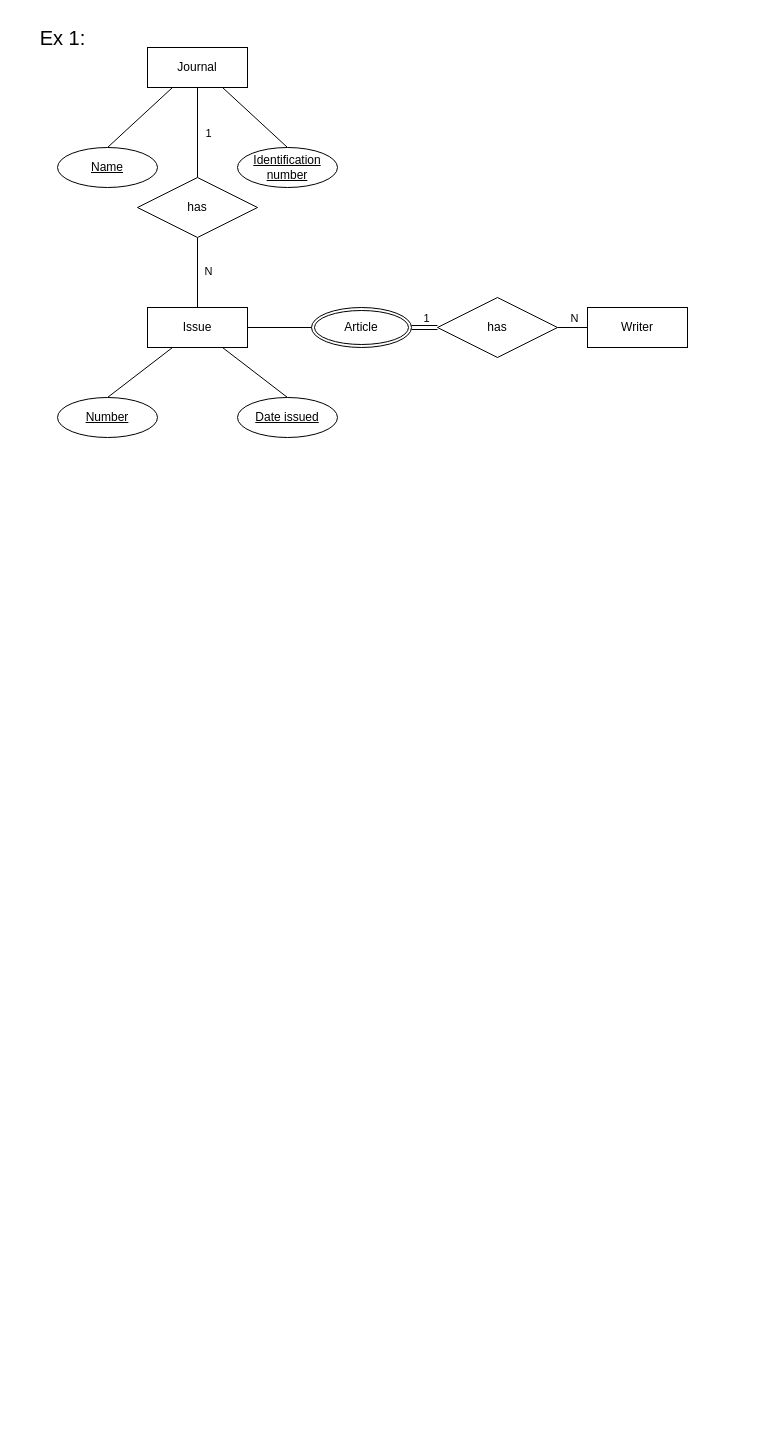
Above: EER_Ex.drawio in justJackiee/DB (draw.io), before the change. Source tidied: cells renumbered, new cells numbered last; positions are measured from the earlier drawing's top-left corner, leaving out a move shared by most shapes. Both pictures are drawn from the tidied source at 100%, with x=0, y=0 at pixel (27, 17).
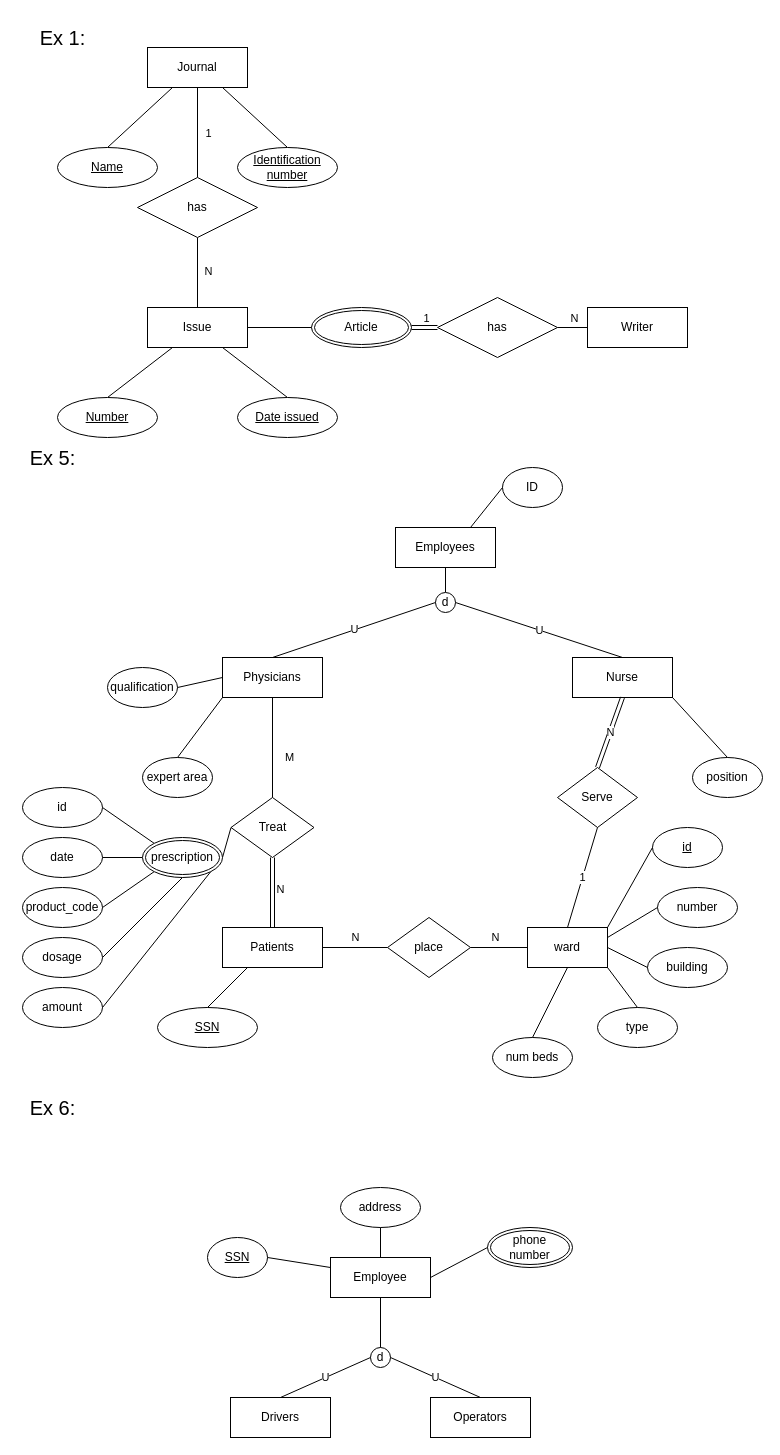
The same page after the edit.

Diff of the diagram source:
```diff
@@
+    <mxCell id="26" value="&lt;font style=&quot;font-size: 20px;&quot;&gt;Ex 5:&lt;/font&gt;" style="text;html=1;align=center;verticalAlign=middle;strokeColor=none;fillColor=none;" parent="1" vertex="1">
+      <mxGeometry x="-10" y="420" width="70" height="40" as="geometry" />
+    </mxCell>
+    <mxCell id="27" value="Employees" style="whiteSpace=wrap;html=1;align=center;" parent="1" vertex="1">
+      <mxGeometry x="368" y="510" width="100" height="40" as="geometry" />
+    </mxCell>
+    <mxCell id="28" value="Physicians" style="whiteSpace=wrap;html=1;align=center;" parent="1" vertex="1">
+      <mxGeometry x="195" y="640" width="100" height="40" as="geometry" />
+    </mxCell>
+    <mxCell id="29" value="Nurse" style="whiteSpace=wrap;html=1;align=center;" parent="1" vertex="1">
+      <mxGeometry x="545" y="640" width="100" height="40" as="geometry" />
+    </mxCell>
+    <mxCell id="30" style="endArrow=none;html=1;rounded=0;exitX=0.5;exitY=1;exitDx=0;exitDy=0;entryX=0.5;entryY=0;entryDx=0;entryDy=0;" parent="1" edge="1" source="27" target="31">
+      <mxGeometry relative="1" as="geometry" />
+    </mxCell>
+    <mxCell id="31" value="d" style="ellipse;whiteSpace=wrap;html=1;" parent="1" vertex="1">
+      <mxGeometry x="408" y="575" width="20" height="20" as="geometry" />
+    </mxCell>
+    <mxCell id="32" value="U" style="endArrow=none;html=1;rounded=0;exitX=0;exitY=0.5;exitDx=0;exitDy=0;entryX=0.5;entryY=0;entryDx=0;entryDy=0;" parent="1" edge="1" source="31" target="28">
+      <mxGeometry relative="1" as="geometry" />
+    </mxCell>
+    <mxCell id="33" value="U" style="endArrow=none;html=1;rounded=0;exitX=1;exitY=0.5;exitDx=0;exitDy=0;entryX=0.5;entryY=0;entryDx=0;entryDy=0;" parent="1" edge="1" source="31" target="29">
+      <mxGeometry relative="1" as="geometry" />
+    </mxCell>
+    <mxCell id="34" value="ID" style="ellipse;whiteSpace=wrap;html=1;align=center;" parent="1" vertex="1">
+      <mxGeometry x="475" y="450" width="60" height="40" as="geometry" />
+    </mxCell>
+    <mxCell id="35" style="endArrow=none;html=1;rounded=0;exitX=0.75;exitY=0;exitDx=0;exitDy=0;entryX=0;entryY=0.5;entryDx=0;entryDy=0;" parent="1" edge="1" source="27" target="34">
+      <mxGeometry relative="1" as="geometry" />
+    </mxCell>
+    <mxCell id="36" value="qualification" style="ellipse;whiteSpace=wrap;html=1;align=center;" parent="1" vertex="1">
+      <mxGeometry x="80" y="650" width="70" height="40" as="geometry" />
+    </mxCell>
+    <mxCell id="37" value="expert area" style="ellipse;whiteSpace=wrap;html=1;align=center;" parent="1" vertex="1">
+      <mxGeometry x="115" y="740" width="70" height="40" as="geometry" />
+    </mxCell>
+    <mxCell id="38" style="endArrow=none;html=1;rounded=0;exitX=0;exitY=0.5;exitDx=0;exitDy=0;entryX=1;entryY=0.5;entryDx=0;entryDy=0;" parent="1" edge="1" source="28" target="36">
+      <mxGeometry relative="1" as="geometry" />
+    </mxCell>
+    <mxCell id="39" style="endArrow=none;html=1;rounded=0;exitX=0;exitY=1;exitDx=0;exitDy=0;entryX=0.5;entryY=0;entryDx=0;entryDy=0;" parent="1" edge="1" source="28" target="37">
+      <mxGeometry relative="1" as="geometry" />
+    </mxCell>
+    <mxCell id="40" value="position" style="ellipse;whiteSpace=wrap;html=1;align=center;" parent="1" vertex="1">
+      <mxGeometry x="665" y="740" width="70" height="40" as="geometry" />
+    </mxCell>
+    <mxCell id="41" style="endArrow=none;html=1;rounded=0;exitX=1;exitY=1;exitDx=0;exitDy=0;entryX=0.5;entryY=0;entryDx=0;entryDy=0;" parent="1" edge="1" source="29" target="40">
+      <mxGeometry relative="1" as="geometry" />
+    </mxCell>
+    <mxCell id="42" value="Treat" style="shape=rhombus;perimeter=rhombusPerimeter;whiteSpace=wrap;html=1;align=center;" parent="1" vertex="1">
+      <mxGeometry x="203.5" y="780" width="83" height="60" as="geometry" />
+    </mxCell>
+    <mxCell id="43" value="M" style="endArrow=none;html=1;rounded=0;exitX=0.5;exitY=1;exitDx=0;exitDy=0;entryX=0.5;entryY=0;entryDx=0;entryDy=0;" parent="1" edge="1" source="28" target="42">
+      <mxGeometry x="0.2" y="17" relative="1" as="geometry" />
+    </mxCell>
+    <mxCell id="44" value="Patients" style="whiteSpace=wrap;html=1;align=center;" parent="1" vertex="1">
+      <mxGeometry x="195" y="910" width="100" height="40" as="geometry" />
+    </mxCell>
+    <mxCell id="45" value="N" style="shape=link;html=1;rounded=0;exitX=0.5;exitY=1;exitDx=0;exitDy=0;entryX=0.5;entryY=0;entryDx=0;entryDy=0;" parent="1" edge="1" source="42" target="44">
+      <mxGeometry x="-0.09" y="8" relative="1" as="geometry" />
+    </mxCell>
+    <mxCell id="46" style="endArrow=none;html=1;rounded=0;exitX=0;exitY=0.5;exitDx=0;exitDy=0;entryX=1;entryY=0.5;entryDx=0;entryDy=0;" parent="1" edge="1" source="42" target="61">
+      <mxGeometry relative="1" as="geometry" />
+    </mxCell>
+    <mxCell id="47" value="id" style="ellipse;whiteSpace=wrap;html=1;align=center;" parent="1" vertex="1">
+      <mxGeometry x="-5" y="770" width="80" height="40" as="geometry" />
+    </mxCell>
+    <mxCell id="48" value="date" style="ellipse;whiteSpace=wrap;html=1;align=center;" parent="1" vertex="1">
+      <mxGeometry x="-5" y="820" width="80" height="40" as="geometry" />
+    </mxCell>
+    <mxCell id="49" value="product_code" style="ellipse;whiteSpace=wrap;html=1;align=center;" parent="1" vertex="1">
+      <mxGeometry x="-5" y="870" width="80" height="40" as="geometry" />
+    </mxCell>
+    <mxCell id="50" value="dosage" style="ellipse;whiteSpace=wrap;html=1;align=center;" parent="1" vertex="1">
+      <mxGeometry x="-5" y="920" width="80" height="40" as="geometry" />
+    </mxCell>
+    <mxCell id="51" style="endArrow=none;html=1;rounded=0;exitX=0;exitY=0;exitDx=0;exitDy=0;entryX=1;entryY=0.5;entryDx=0;entryDy=0;" parent="1" edge="1" source="61" target="47">
+      <mxGeometry relative="1" as="geometry" />
+    </mxCell>
+    <mxCell id="52" style="endArrow=none;html=1;rounded=0;exitX=0;exitY=0.5;exitDx=0;exitDy=0;entryX=1;entryY=0.5;entryDx=0;entryDy=0;" parent="1" edge="1" source="61" target="48">
+      <mxGeometry relative="1" as="geometry" />
+    </mxCell>
+    <mxCell id="53" style="endArrow=none;html=1;rounded=0;exitX=0;exitY=1;exitDx=0;exitDy=0;entryX=1;entryY=0.5;entryDx=0;entryDy=0;" parent="1" edge="1" source="61" target="49">
+      <mxGeometry relative="1" as="geometry" />
+    </mxCell>
+    <mxCell id="54" style="endArrow=none;html=1;rounded=0;exitX=0.5;exitY=1;exitDx=0;exitDy=0;entryX=1;entryY=0.5;entryDx=0;entryDy=0;" parent="1" edge="1" source="61" target="50">
+      <mxGeometry relative="1" as="geometry" />
+    </mxCell>
+    <mxCell id="55" value="amount" style="ellipse;whiteSpace=wrap;html=1;align=center;" parent="1" vertex="1">
+      <mxGeometry x="-5" y="970" width="80" height="40" as="geometry" />
+    </mxCell>
+    <mxCell id="56" style="endArrow=none;html=1;rounded=0;exitX=1;exitY=1;exitDx=0;exitDy=0;entryX=1;entryY=0.5;entryDx=0;entryDy=0;" parent="1" edge="1" source="61" target="55">
+      <mxGeometry relative="1" as="geometry" />
+    </mxCell>
+    <mxCell id="57" value="place" style="shape=rhombus;perimeter=rhombusPerimeter;whiteSpace=wrap;html=1;align=center;" parent="1" vertex="1">
+      <mxGeometry x="360" y="900" width="83" height="60" as="geometry" />
+    </mxCell>
+    <mxCell id="58" value="N" style="endArrow=none;html=1;rounded=0;exitX=1;exitY=0.5;exitDx=0;exitDy=0;entryX=0;entryY=0.5;entryDx=0;entryDy=0;" parent="1" edge="1" source="44" target="57">
+      <mxGeometry y="10" relative="1" as="geometry" />
+    </mxCell>
+    <mxCell id="59" value="SSN" style="ellipse;whiteSpace=wrap;html=1;align=center;fontStyle=4;" parent="1" vertex="1">
+      <mxGeometry x="130" y="990" width="100" height="40" as="geometry" />
+    </mxCell>
+    <mxCell id="60" style="endArrow=none;html=1;rounded=0;exitX=0.25;exitY=1;exitDx=0;exitDy=0;entryX=0.5;entryY=0;entryDx=0;entryDy=0;" parent="1" edge="1" source="44" target="59">
+      <mxGeometry relative="1" as="geometry" />
+    </mxCell>
+    <mxCell id="61" value="prescription" style="ellipse;shape=doubleEllipse;margin=3;whiteSpace=wrap;html=1;align=center;" parent="1" vertex="1">
+      <mxGeometry x="115" y="820" width="80" height="40" as="geometry" />
+    </mxCell>
+    <mxCell id="62" value="ward" style="whiteSpace=wrap;html=1;align=center;" parent="1" vertex="1">
+      <mxGeometry x="500" y="910" width="80" height="40" as="geometry" />
+    </mxCell>
+    <mxCell id="63" value="N" style="endArrow=none;html=1;rounded=0;exitX=1;exitY=0.5;exitDx=0;exitDy=0;entryX=0;entryY=0.5;entryDx=0;entryDy=0;" parent="1" edge="1" source="57" target="62">
+      <mxGeometry x="-0.11" y="10" relative="1" as="geometry" />
+    </mxCell>
+    <mxCell id="64" value="Serve" style="shape=rhombus;perimeter=rhombusPerimeter;whiteSpace=wrap;html=1;align=center;" parent="1" vertex="1">
+      <mxGeometry x="530" y="750" width="80" height="60" as="geometry" />
+    </mxCell>
+    <mxCell id="65" value="N" style="endArrow=none;html=1;rounded=0;exitX=0.5;exitY=1;exitDx=0;exitDy=0;entryX=0.5;entryY=0;entryDx=0;entryDy=0;shape=link;" parent="1" edge="1" source="29" target="64">
+      <mxGeometry relative="1" as="geometry" />
+    </mxCell>
+    <mxCell id="66" value="1" style="endArrow=none;html=1;rounded=0;exitX=0.5;exitY=1;exitDx=0;exitDy=0;entryX=0.5;entryY=0;entryDx=0;entryDy=0;" parent="1" edge="1" source="64" target="62">
+      <mxGeometry relative="1" as="geometry" />
+    </mxCell>
+    <mxCell id="67" value="number" style="ellipse;whiteSpace=wrap;html=1;align=center;" parent="1" vertex="1">
+      <mxGeometry x="630" y="870" width="80" height="40" as="geometry" />
+    </mxCell>
+    <mxCell id="68" value="building" style="ellipse;whiteSpace=wrap;html=1;align=center;" parent="1" vertex="1">
+      <mxGeometry x="620" y="930" width="80" height="40" as="geometry" />
+    </mxCell>
+    <mxCell id="69" value="num beds" style="ellipse;whiteSpace=wrap;html=1;align=center;" parent="1" vertex="1">
+      <mxGeometry x="465" y="1020" width="80" height="40" as="geometry" />
+    </mxCell>
+    <mxCell id="70" value="type" style="ellipse;whiteSpace=wrap;html=1;align=center;" parent="1" vertex="1">
+      <mxGeometry x="570" y="990" width="80" height="40" as="geometry" />
+    </mxCell>
+    <mxCell id="71" value="id" style="ellipse;whiteSpace=wrap;html=1;align=center;fontStyle=4;" parent="1" vertex="1">
+      <mxGeometry x="625" y="810" width="70" height="40" as="geometry" />
+    </mxCell>
+    <mxCell id="72" style="endArrow=none;html=1;rounded=0;exitX=0;exitY=0.5;exitDx=0;exitDy=0;entryX=1;entryY=0;entryDx=0;entryDy=0;" parent="1" edge="1" source="71" target="62">
+      <mxGeometry relative="1" as="geometry" />
+    </mxCell>
+    <mxCell id="73" style="endArrow=none;html=1;rounded=0;exitX=0;exitY=0.5;exitDx=0;exitDy=0;entryX=1;entryY=0.25;entryDx=0;entryDy=0;" parent="1" edge="1" source="67" target="62">
+      <mxGeometry relative="1" as="geometry" />
+    </mxCell>
+    <mxCell id="74" style="endArrow=none;html=1;rounded=0;exitX=0;exitY=0.5;exitDx=0;exitDy=0;entryX=1;entryY=0.5;entryDx=0;entryDy=0;" parent="1" edge="1" source="68" target="62">
+      <mxGeometry relative="1" as="geometry" />
+    </mxCell>
+    <mxCell id="75" style="endArrow=none;html=1;rounded=0;exitX=0.5;exitY=0;exitDx=0;exitDy=0;entryX=1;entryY=1;entryDx=0;entryDy=0;" parent="1" edge="1" source="70" target="62">
+      <mxGeometry relative="1" as="geometry" />
+    </mxCell>
+    <mxCell id="76" style="endArrow=none;html=1;rounded=0;exitX=0.5;exitY=0;exitDx=0;exitDy=0;entryX=0.5;entryY=1;entryDx=0;entryDy=0;" parent="1" edge="1" source="69" target="62">
+      <mxGeometry relative="1" as="geometry" />
+    </mxCell>
+    <mxCell id="77" value="&lt;font style=&quot;font-size: 20px;&quot;&gt;Ex 6:&lt;/font&gt;" style="text;html=1;align=center;verticalAlign=middle;strokeColor=none;fillColor=none;" parent="1" vertex="1">
+      <mxGeometry x="-10" y="1070" width="70" height="40" as="geometry" />
+    </mxCell>
+    <mxCell id="78" value="Employee" style="whiteSpace=wrap;html=1;align=center;" parent="1" vertex="1">
+      <mxGeometry x="303" y="1240" width="100" height="40" as="geometry" />
+    </mxCell>
+    <mxCell id="79" value="Drivers" style="whiteSpace=wrap;html=1;align=center;" parent="1" vertex="1">
+      <mxGeometry x="203" y="1380" width="100" height="40" as="geometry" />
+    </mxCell>
+    <mxCell id="80" value="Operators" style="whiteSpace=wrap;html=1;align=center;" parent="1" vertex="1">
+      <mxGeometry x="403" y="1380" width="100" height="40" as="geometry" />
+    </mxCell>
+    <mxCell id="81" value="d" style="ellipse;whiteSpace=wrap;html=1;" parent="1" vertex="1">
+      <mxGeometry x="343" y="1330" width="20" height="20" as="geometry" />
+    </mxCell>
+    <mxCell id="82" value="U" style="endArrow=none;html=1;rounded=0;exitX=0;exitY=0.5;exitDx=0;exitDy=0;entryX=0.5;entryY=0;entryDx=0;entryDy=0;" parent="1" edge="1" source="81" target="79">
+      <mxGeometry relative="1" as="geometry" />
+    </mxCell>
+    <mxCell id="83" value="U" style="endArrow=none;html=1;rounded=0;exitX=1;exitY=0.5;exitDx=0;exitDy=0;entryX=0.5;entryY=0;entryDx=0;entryDy=0;" parent="1" edge="1" source="81" target="80">
+      <mxGeometry relative="1" as="geometry" />
+    </mxCell>
+    <mxCell id="84" style="endArrow=none;html=1;rounded=0;exitX=0.5;exitY=1;exitDx=0;exitDy=0;entryX=0.5;entryY=0;entryDx=0;entryDy=0;" parent="1" edge="1" source="78" target="81">
+      <mxGeometry relative="1" as="geometry" />
+    </mxCell>
+    <mxCell id="85" value="SSN" style="ellipse;whiteSpace=wrap;html=1;align=center;fontStyle=4;" parent="1" vertex="1">
+      <mxGeometry x="180" y="1220" width="60" height="40" as="geometry" />
+    </mxCell>
+    <mxCell id="86" style="endArrow=none;html=1;rounded=0;exitX=0;exitY=0.25;exitDx=0;exitDy=0;entryX=1;entryY=0.5;entryDx=0;entryDy=0;" parent="1" edge="1" source="78" target="85">
+      <mxGeometry relative="1" as="geometry" />
+    </mxCell>
+    <mxCell id="87" value="address" style="ellipse;whiteSpace=wrap;html=1;align=center;" parent="1" vertex="1">
+      <mxGeometry x="313" y="1170" width="80" height="40" as="geometry" />
+    </mxCell>
+    <mxCell id="88" style="endArrow=none;html=1;rounded=0;exitX=0.5;exitY=0;exitDx=0;exitDy=0;entryX=0.5;entryY=1;entryDx=0;entryDy=0;" parent="1" edge="1" source="78" target="87">
+      <mxGeometry relative="1" as="geometry" />
+    </mxCell>
+    <mxCell id="89" value="phone number" style="ellipse;shape=doubleEllipse;margin=3;whiteSpace=wrap;html=1;align=center;" parent="1" vertex="1">
+      <mxGeometry x="460" y="1210" width="85" height="40" as="geometry" />
+    </mxCell>
+    <mxCell id="90" style="endArrow=none;html=1;rounded=0;exitX=1;exitY=0.5;exitDx=0;exitDy=0;entryX=0;entryY=0.5;entryDx=0;entryDy=0;" parent="1" edge="1" source="78" target="89">
+      <mxGeometry relative="1" as="geometry" />
+    </mxCell>
```
